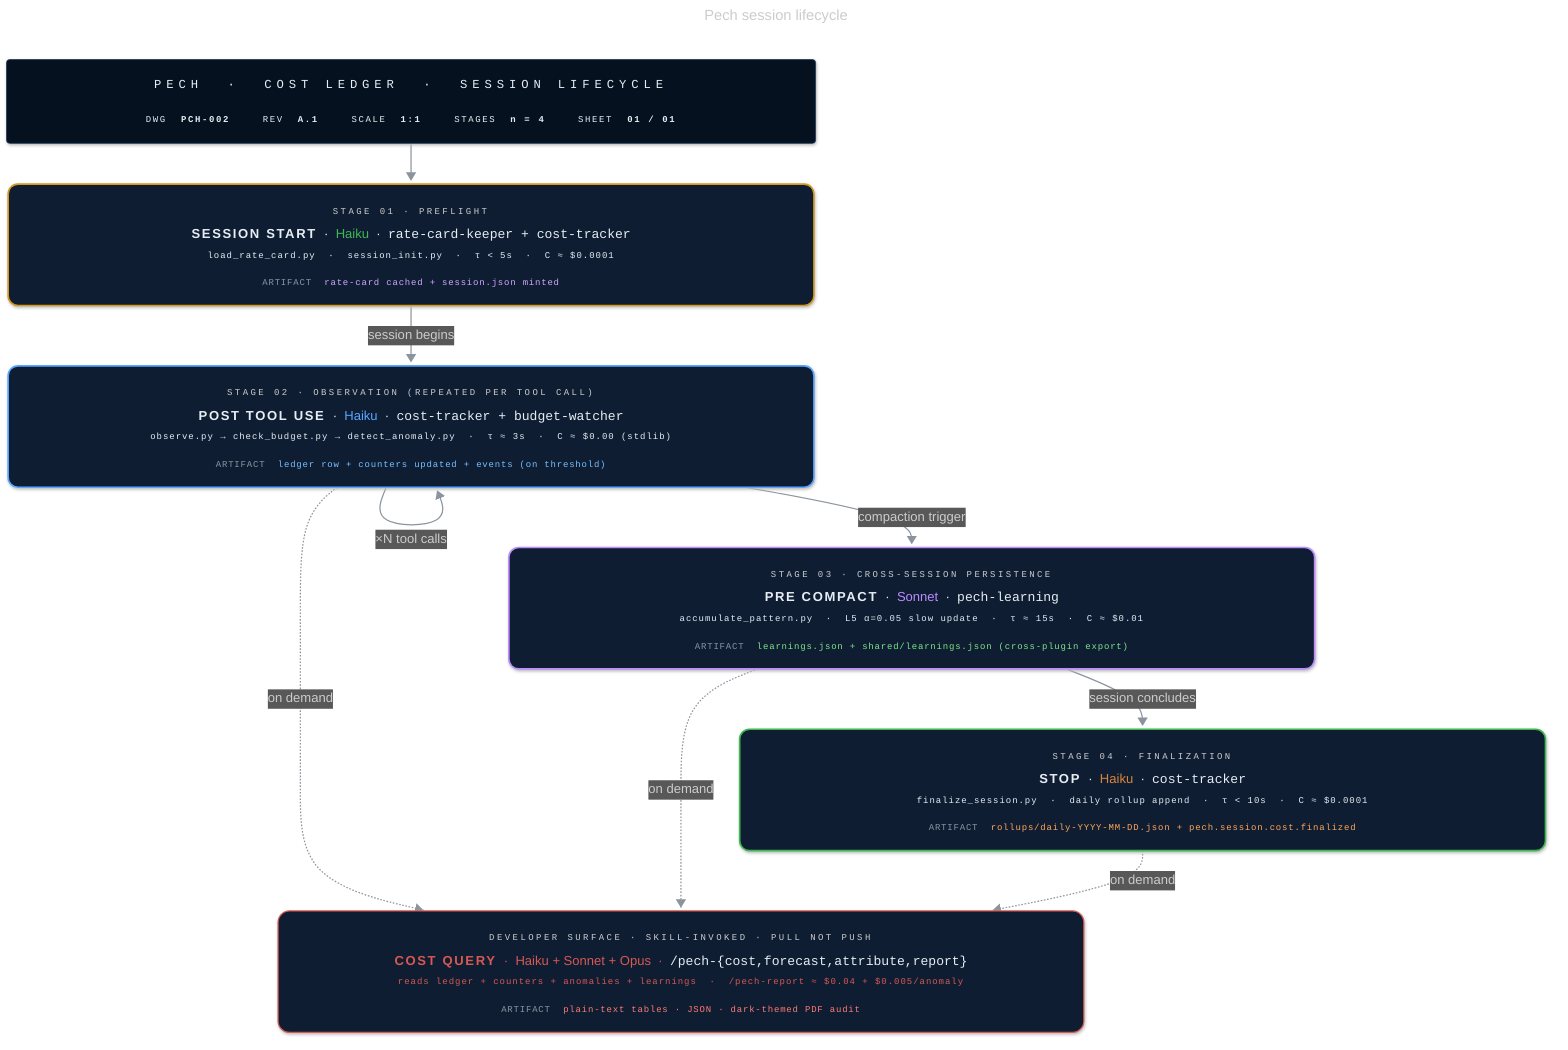
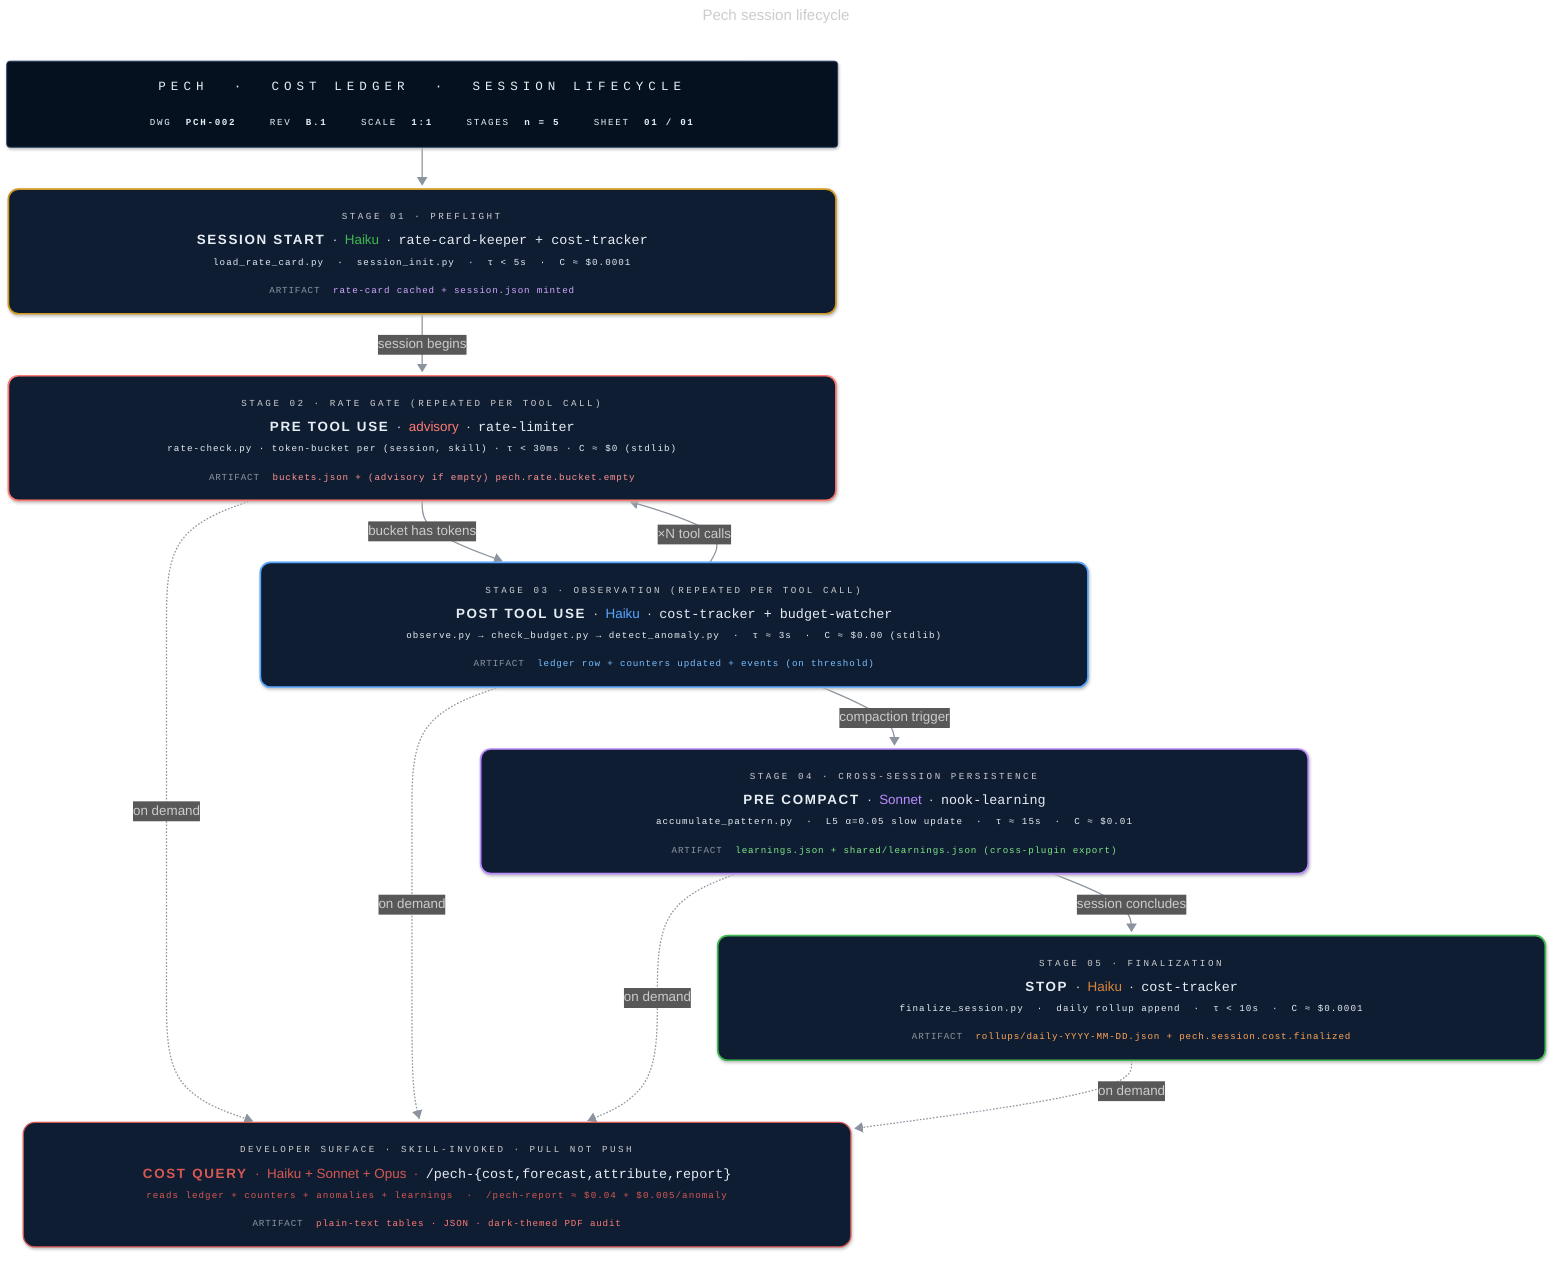
---
title: Pech session lifecycle
config:
  look: neo
  theme: dark
  flowchart:
    curve: basis
    padding: 18
    nodeSpacing: 44
    rankSpacing: 50
    htmlLabels: true
    subGraphTitleMargin:
      top: 14
      bottom: 18
---
flowchart TB
-     TitleBlock["<div style='font-family:ui-monospace,SFMono-Regular,Consolas,monospace;text-align:center;min-width:940px;padding:6px 10px;line-height:1.8'><div style='color:#58a6ff;font-size:15px;letter-spacing:6px;border-bottom:1px solid #1e3a5f;padding-bottom:10px;margin-bottom:10px'>PECH &nbsp;·&nbsp; COST&nbsp;LEDGER &nbsp;·&nbsp; SESSION&nbsp;LIFECYCLE</div><div style='display:flex;gap:40px;justify-content:center;font-size:11px;color:#8b949e;letter-spacing:2px'><span>DWG&nbsp;&nbsp;<b style='color:#e6edf3'>PCH-002</b></span><span>REV&nbsp;&nbsp;<b style='color:#e6edf3'>A.1</b></span><span>SCALE&nbsp;&nbsp;<b style='color:#e6edf3'>1:1</b></span><span>STAGES&nbsp;&nbsp;<b style='color:#e6edf3'>n&nbsp;=&nbsp;4</b></span><span>SHEET&nbsp;&nbsp;<b style='color:#e6edf3'>01&nbsp;/&nbsp;01</b></span></div></div>"]
+     TitleBlock["<div style='font-family:ui-monospace,SFMono-Regular,Consolas,monospace;text-align:center;min-width:940px;padding:6px 10px;line-height:1.8'><div style='color:#58a6ff;font-size:15px;letter-spacing:6px;border-bottom:1px solid #1e3a5f;padding-bottom:10px;margin-bottom:10px'>PECH &nbsp;·&nbsp; COST&nbsp;LEDGER &nbsp;·&nbsp; SESSION&nbsp;LIFECYCLE</div><div style='display:flex;gap:40px;justify-content:center;font-size:11px;color:#8b949e;letter-spacing:2px'><span>DWG&nbsp;&nbsp;<b style='color:#e6edf3'>PCH-002</b></span><span>REV&nbsp;&nbsp;<b style='color:#e6edf3'>B.1</b></span><span>SCALE&nbsp;&nbsp;<b style='color:#e6edf3'>1:1</b></span><span>STAGES&nbsp;&nbsp;<b style='color:#e6edf3'>n&nbsp;=&nbsp;5</b></span><span>SHEET&nbsp;&nbsp;<b style='color:#e6edf3'>01&nbsp;/&nbsp;01</b></span></div></div>"]

    A["<div style='text-align:center;min-width:940px;line-height:2;padding:4px 8px'><div><span style='font-family:ui-monospace,monospace;color:#8b949e;font-size:11px;letter-spacing:3px'>STAGE&nbsp;01&nbsp;·&nbsp;PREFLIGHT</span></div><div style='line-height:1.8'><b style='letter-spacing:2px'>SESSION&nbsp;START</b>&nbsp;&nbsp;·&nbsp;&nbsp;<span style='color:#3fb950'>Haiku</span>&nbsp;&nbsp;·&nbsp;&nbsp;<code style='color:#e6edf3'>rate-card-keeper + cost-tracker</code></div><div style='color:#6e7681;font-size:11px;font-family:ui-monospace,monospace;letter-spacing:1.2px'>load_rate_card.py&nbsp;&nbsp;·&nbsp;&nbsp;session_init.py&nbsp;&nbsp;·&nbsp;&nbsp;τ&nbsp;&lt;&nbsp;5s&nbsp;&nbsp;·&nbsp;&nbsp;C&nbsp;≈&nbsp;$0.0001</div><div style='border-top:1px solid #1e3a5f;margin-top:6px;padding-top:6px;font-family:ui-monospace,monospace;font-size:11px;letter-spacing:1px'><span style='color:#8b949e'>ARTIFACT</span>&nbsp;&nbsp;<span style='color:#d2a8ff'>rate-card&nbsp;cached&nbsp;+&nbsp;session.json&nbsp;minted</span></div></div>"]

-     B["<div style='text-align:center;min-width:940px;line-height:2;padding:4px 8px'><div><span style='font-family:ui-monospace,monospace;color:#8b949e;font-size:11px;letter-spacing:3px'>STAGE&nbsp;02&nbsp;·&nbsp;OBSERVATION&nbsp;(REPEATED&nbsp;PER&nbsp;TOOL&nbsp;CALL)</span></div><div style='line-height:1.8'><b style='letter-spacing:2px'>POST&nbsp;TOOL&nbsp;USE</b>&nbsp;&nbsp;·&nbsp;&nbsp;<span style='color:#58a6ff'>Haiku</span>&nbsp;&nbsp;·&nbsp;&nbsp;<code style='color:#e6edf3'>cost-tracker + budget-watcher</code></div><div style='color:#6e7681;font-size:11px;font-family:ui-monospace,monospace;letter-spacing:1.2px'>observe.py&nbsp;→&nbsp;check_budget.py&nbsp;→&nbsp;detect_anomaly.py&nbsp;&nbsp;·&nbsp;&nbsp;τ&nbsp;≈&nbsp;3s&nbsp;&nbsp;·&nbsp;&nbsp;C&nbsp;≈&nbsp;$0.00 (stdlib)</div><div style='border-top:1px solid #1e3a5f;margin-top:6px;padding-top:6px;font-family:ui-monospace,monospace;font-size:11px;letter-spacing:1px'><span style='color:#8b949e'>ARTIFACT</span>&nbsp;&nbsp;<span style='color:#79c0ff'>ledger&nbsp;row&nbsp;+&nbsp;counters&nbsp;updated&nbsp;+&nbsp;events&nbsp;(on&nbsp;threshold)</span></div></div>"]
+     R["<div style='text-align:center;min-width:940px;line-height:2;padding:4px 8px'><div><span style='font-family:ui-monospace,monospace;color:#8b949e;font-size:11px;letter-spacing:3px'>STAGE&nbsp;02&nbsp;·&nbsp;RATE&nbsp;GATE&nbsp;(REPEATED&nbsp;PER&nbsp;TOOL&nbsp;CALL)</span></div><div style='line-height:1.8'><b style='letter-spacing:2px'>PRE&nbsp;TOOL&nbsp;USE</b>&nbsp;&nbsp;·&nbsp;&nbsp;<span style='color:#ff7b72'>advisory</span>&nbsp;&nbsp;·&nbsp;&nbsp;<code style='color:#e6edf3'>rate-limiter</code></div><div style='color:#6e7681;font-size:11px;font-family:ui-monospace,monospace;letter-spacing:1.2px'>rate-check.py&nbsp;·&nbsp;token-bucket&nbsp;per&nbsp;(session,&nbsp;skill)&nbsp;·&nbsp;τ&nbsp;&lt;&nbsp;30ms&nbsp;·&nbsp;C&nbsp;≈&nbsp;$0&nbsp;(stdlib)</div><div style='border-top:1px solid #1e3a5f;margin-top:6px;padding-top:6px;font-family:ui-monospace,monospace;font-size:11px;letter-spacing:1px'><span style='color:#8b949e'>ARTIFACT</span>&nbsp;&nbsp;<span style='color:#ff9492'>buckets.json + (advisory if empty) pech.rate.bucket.empty</span></div></div>"]

-     C["<div style='text-align:center;min-width:940px;line-height:2;padding:4px 8px'><div><span style='font-family:ui-monospace,monospace;color:#8b949e;font-size:11px;letter-spacing:3px'>STAGE&nbsp;03&nbsp;·&nbsp;CROSS-SESSION&nbsp;PERSISTENCE</span></div><div style='line-height:1.8'><b style='letter-spacing:2px'>PRE&nbsp;COMPACT</b>&nbsp;&nbsp;·&nbsp;&nbsp;<span style='color:#bc8cff'>Sonnet</span>&nbsp;&nbsp;·&nbsp;&nbsp;<code style='color:#e6edf3'>pech-learning</code></div><div style='color:#6e7681;font-size:11px;font-family:ui-monospace,monospace;letter-spacing:1.2px'>accumulate_pattern.py&nbsp;&nbsp;·&nbsp;&nbsp;L5&nbsp;α=0.05&nbsp;slow&nbsp;update&nbsp;&nbsp;·&nbsp;&nbsp;τ&nbsp;≈&nbsp;15s&nbsp;&nbsp;·&nbsp;&nbsp;C&nbsp;≈&nbsp;$0.01</div><div style='border-top:1px solid #1e3a5f;margin-top:6px;padding-top:6px;font-family:ui-monospace,monospace;font-size:11px;letter-spacing:1px'><span style='color:#8b949e'>ARTIFACT</span>&nbsp;&nbsp;<span style='color:#7ee787'>learnings.json&nbsp;+&nbsp;shared/learnings.json&nbsp;(cross-plugin&nbsp;export)</span></div></div>"]
+     B["<div style='text-align:center;min-width:940px;line-height:2;padding:4px 8px'><div><span style='font-family:ui-monospace,monospace;color:#8b949e;font-size:11px;letter-spacing:3px'>STAGE&nbsp;03&nbsp;·&nbsp;OBSERVATION&nbsp;(REPEATED&nbsp;PER&nbsp;TOOL&nbsp;CALL)</span></div><div style='line-height:1.8'><b style='letter-spacing:2px'>POST&nbsp;TOOL&nbsp;USE</b>&nbsp;&nbsp;·&nbsp;&nbsp;<span style='color:#58a6ff'>Haiku</span>&nbsp;&nbsp;·&nbsp;&nbsp;<code style='color:#e6edf3'>cost-tracker + budget-watcher</code></div><div style='color:#6e7681;font-size:11px;font-family:ui-monospace,monospace;letter-spacing:1.2px'>observe.py&nbsp;→&nbsp;check_budget.py&nbsp;→&nbsp;detect_anomaly.py&nbsp;&nbsp;·&nbsp;&nbsp;τ&nbsp;≈&nbsp;3s&nbsp;&nbsp;·&nbsp;&nbsp;C&nbsp;≈&nbsp;$0.00 (stdlib)</div><div style='border-top:1px solid #1e3a5f;margin-top:6px;padding-top:6px;font-family:ui-monospace,monospace;font-size:11px;letter-spacing:1px'><span style='color:#8b949e'>ARTIFACT</span>&nbsp;&nbsp;<span style='color:#79c0ff'>ledger&nbsp;row&nbsp;+&nbsp;counters&nbsp;updated&nbsp;+&nbsp;events&nbsp;(on&nbsp;threshold)</span></div></div>"]

-     D["<div style='text-align:center;min-width:940px;line-height:2;padding:4px 8px'><div><span style='font-family:ui-monospace,monospace;color:#8b949e;font-size:11px;letter-spacing:3px'>STAGE&nbsp;04&nbsp;·&nbsp;FINALIZATION</span></div><div style='line-height:1.8'><b style='letter-spacing:2px'>STOP</b>&nbsp;&nbsp;·&nbsp;&nbsp;<span style='color:#d8853b'>Haiku</span>&nbsp;&nbsp;·&nbsp;&nbsp;<code style='color:#e6edf3'>cost-tracker</code></div><div style='color:#6e7681;font-size:11px;font-family:ui-monospace,monospace;letter-spacing:1.2px'>finalize_session.py&nbsp;&nbsp;·&nbsp;&nbsp;daily&nbsp;rollup&nbsp;append&nbsp;&nbsp;·&nbsp;&nbsp;τ&nbsp;&lt;&nbsp;10s&nbsp;&nbsp;·&nbsp;&nbsp;C&nbsp;≈&nbsp;$0.0001</div><div style='border-top:1px solid #1e3a5f;margin-top:6px;padding-top:6px;font-family:ui-monospace,monospace;font-size:11px;letter-spacing:1px'><span style='color:#8b949e'>ARTIFACT</span>&nbsp;&nbsp;<span style='color:#ffa657'>rollups/daily-YYYY-MM-DD.json&nbsp;+&nbsp;pech.session.cost.finalized</span></div></div>"]
+     C["<div style='text-align:center;min-width:940px;line-height:2;padding:4px 8px'><div><span style='font-family:ui-monospace,monospace;color:#8b949e;font-size:11px;letter-spacing:3px'>STAGE&nbsp;04&nbsp;·&nbsp;CROSS-SESSION&nbsp;PERSISTENCE</span></div><div style='line-height:1.8'><b style='letter-spacing:2px'>PRE&nbsp;COMPACT</b>&nbsp;&nbsp;·&nbsp;&nbsp;<span style='color:#bc8cff'>Sonnet</span>&nbsp;&nbsp;·&nbsp;&nbsp;<code style='color:#e6edf3'>nook-learning</code></div><div style='color:#6e7681;font-size:11px;font-family:ui-monospace,monospace;letter-spacing:1.2px'>accumulate_pattern.py&nbsp;&nbsp;·&nbsp;&nbsp;L5&nbsp;α=0.05&nbsp;slow&nbsp;update&nbsp;&nbsp;·&nbsp;&nbsp;τ&nbsp;≈&nbsp;15s&nbsp;&nbsp;·&nbsp;&nbsp;C&nbsp;≈&nbsp;$0.01</div><div style='border-top:1px solid #1e3a5f;margin-top:6px;padding-top:6px;font-family:ui-monospace,monospace;font-size:11px;letter-spacing:1px'><span style='color:#8b949e'>ARTIFACT</span>&nbsp;&nbsp;<span style='color:#7ee787'>learnings.json&nbsp;+&nbsp;shared/learnings.json&nbsp;(cross-plugin&nbsp;export)</span></div></div>"]
+ 
+     D["<div style='text-align:center;min-width:940px;line-height:2;padding:4px 8px'><div><span style='font-family:ui-monospace,monospace;color:#8b949e;font-size:11px;letter-spacing:3px'>STAGE&nbsp;05&nbsp;·&nbsp;FINALIZATION</span></div><div style='line-height:1.8'><b style='letter-spacing:2px'>STOP</b>&nbsp;&nbsp;·&nbsp;&nbsp;<span style='color:#d8853b'>Haiku</span>&nbsp;&nbsp;·&nbsp;&nbsp;<code style='color:#e6edf3'>cost-tracker</code></div><div style='color:#6e7681;font-size:11px;font-family:ui-monospace,monospace;letter-spacing:1.2px'>finalize_session.py&nbsp;&nbsp;·&nbsp;&nbsp;daily&nbsp;rollup&nbsp;append&nbsp;&nbsp;·&nbsp;&nbsp;τ&nbsp;&lt;&nbsp;10s&nbsp;&nbsp;·&nbsp;&nbsp;C&nbsp;≈&nbsp;$0.0001</div><div style='border-top:1px solid #1e3a5f;margin-top:6px;padding-top:6px;font-family:ui-monospace,monospace;font-size:11px;letter-spacing:1px'><span style='color:#8b949e'>ARTIFACT</span>&nbsp;&nbsp;<span style='color:#ffa657'>rollups/daily-YYYY-MM-DD.json&nbsp;+&nbsp;pech.session.cost.finalized</span></div></div>"]

    Query["<div style='text-align:center;min-width:940px;line-height:2;padding:4px 8px'><div><span style='font-family:ui-monospace,monospace;color:#8b949e;font-size:11px;letter-spacing:3px'>DEVELOPER&nbsp;SURFACE&nbsp;·&nbsp;SKILL-INVOKED&nbsp;·&nbsp;PULL&nbsp;NOT&nbsp;PUSH</span></div><div style='line-height:1.8'><b style='letter-spacing:2px'>COST&nbsp;QUERY</b>&nbsp;&nbsp;·&nbsp;&nbsp;<span style='color:#d75952'>Haiku&nbsp;+&nbsp;Sonnet&nbsp;+&nbsp;Opus</span>&nbsp;&nbsp;·&nbsp;&nbsp;<code style='color:#e6edf3'>/pech-{cost,forecast,attribute,report}</code></div><div style='color:#6e7681;font-size:11px;font-family:ui-monospace,monospace;letter-spacing:1.2px'>reads&nbsp;ledger&nbsp;+&nbsp;counters&nbsp;+&nbsp;anomalies&nbsp;+&nbsp;learnings&nbsp;&nbsp;·&nbsp;&nbsp;/pech-report&nbsp;≈&nbsp;$0.04&nbsp;+&nbsp;$0.005/anomaly</div><div style='border-top:1px solid #1e3a5f;margin-top:6px;padding-top:6px;font-family:ui-monospace,monospace;font-size:11px;letter-spacing:1px'><span style='color:#8b949e'>ARTIFACT</span>&nbsp;&nbsp;<span style='color:#ff7b72'>plain-text&nbsp;tables&nbsp;·&nbsp;JSON&nbsp;·&nbsp;dark-themed&nbsp;PDF&nbsp;audit</span></div></div>"]

    TitleBlock --> A
-     A -->|"session begins"| B
-     B -->|"×N tool calls"| B
+     A -->|"session begins"| R
+     R -->|"bucket has tokens"| B
+     B -->|"×N tool calls"| R
    B -->|"compaction trigger"| C
    C -->|"session concludes"| D
+     R -.->|"on demand"| Query
    B -.->|"on demand"| Query
    C -.->|"on demand"| Query
    D -.->|"on demand"| Query

    classDef titleBlock fill:#06111f,stroke:#1e3a5f,stroke-width:1px,color:#e6edf3,rx:4,ry:4

    class TitleBlock titleBlock

    style A fill:#0f1d33,stroke:#d29922,stroke-width:2px,color:#e6edf3,rx:12,ry:12
+     style R fill:#0f1d33,stroke:#ff7b72,stroke-width:2px,color:#e6edf3,rx:12,ry:12
    style B fill:#0f1d33,stroke:#58a6ff,stroke-width:2px,color:#e6edf3,rx:12,ry:12
    style C fill:#0f1d33,stroke:#bc8cff,stroke-width:2px,color:#e6edf3,rx:12,ry:12
    style D fill:#0f1d33,stroke:#3fb950,stroke-width:2px,color:#e6edf3,rx:12,ry:12
    style Query fill:#0f1d33,stroke:#d75952,stroke-width:1.5px,color:#d75952,rx:14,ry:14

    linkStyle default stroke:#8b949e,stroke-width:1.5px
